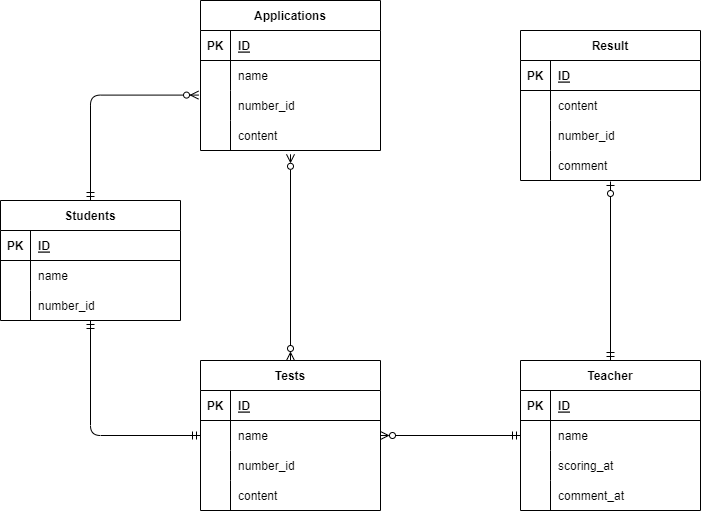
The draw.io diagram index.drawio.png in masshii/datebasesekkei-enshuumondai, before a commit. Source tidied: cells renumbered, new cells last; positions are measured from the earlier drawing's top-left corner, leaving out a move shared by most shapes.
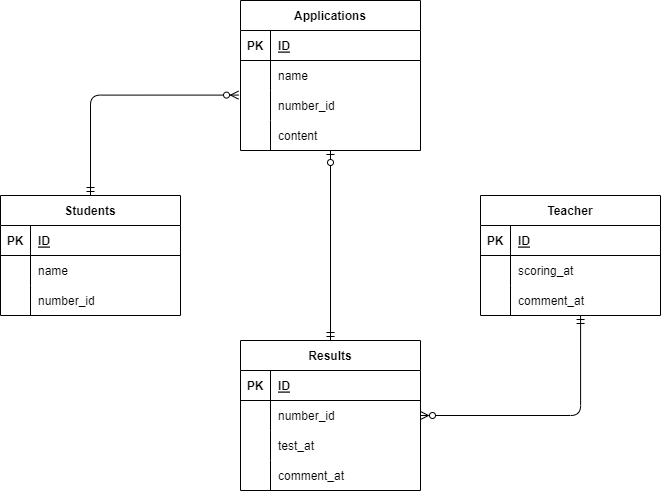
After the change.

Diff of the diagram source:
```diff
@@ -3,7 +3,7 @@
     <mxCell id="0" />
     <mxCell id="1" parent="0" />
     <mxCell id="2" value="Applications" style="shape=table;startSize=30;rowLines=0;fontStyle=1;align=center;" parent="1" vertex="1">
-      <mxGeometry x="200" width="180" height="150" as="geometry" />
+      <mxGeometry x="260" y="20" width="180" height="150" as="geometry" />
     </mxCell>
     <mxCell id="3" style="shape=partialRectangle;fillColor=none;top=0;left=0;bottom=1;right=0;" parent="2" vertex="1">
       <mxGeometry y="30" width="180" height="30" as="geometry" />
@@ -41,50 +41,11 @@
     <mxCell id="14" value="content" style="shape=partialRectangle;fillColor=none;top=0;left=0;bottom=0;right=0;align=left;spacingLeft=6;overflow=hidden;" parent="12" vertex="1">
       <mxGeometry x="30" width="150" height="30" as="geometry" />
     </mxCell>
-    <mxCell id="15" value="Result" style="shape=table;startSize=30;rowLines=0;fontStyle=1;align=center;" parent="1" vertex="1">
-      <mxGeometry x="520" y="30" width="180" height="150" as="geometry" />
-    </mxCell>
-    <mxCell id="16" style="shape=partialRectangle;fillColor=none;top=0;left=0;bottom=1;right=0;" parent="15" vertex="1">
-      <mxGeometry y="30" width="180" height="30" as="geometry" />
-    </mxCell>
-    <mxCell id="17" value="PK" style="shape=partialRectangle;fillColor=none;top=0;left=0;bottom=0;right=0;fontStyle=1;overflow=hidden;" parent="16" vertex="1">
-      <mxGeometry width="30" height="30" as="geometry" />
-    </mxCell>
-    <mxCell id="18" value="ID" style="shape=partialRectangle;fillColor=none;top=0;left=0;bottom=0;right=0;align=left;spacingLeft=6;fontStyle=5;overflow=hidden;" parent="16" vertex="1">
-      <mxGeometry x="30" width="150" height="30" as="geometry" />
-    </mxCell>
-    <mxCell id="19" style="shape=partialRectangle;fillColor=none;top=0;left=0;bottom=0;right=0;" parent="15" vertex="1">
-      <mxGeometry y="60" width="180" height="30" as="geometry" />
-    </mxCell>
-    <mxCell id="20" style="shape=partialRectangle;fillColor=none;top=0;left=0;bottom=0;right=0;overflow=hidden;" parent="19" vertex="1">
-      <mxGeometry width="30" height="30" as="geometry" />
-    </mxCell>
-    <mxCell id="21" value="content" style="shape=partialRectangle;fillColor=none;top=0;left=0;bottom=0;right=0;align=left;spacingLeft=6;overflow=hidden;" parent="19" vertex="1">
-      <mxGeometry x="30" width="150" height="30" as="geometry" />
-    </mxCell>
-    <mxCell id="22" style="shape=partialRectangle;fillColor=none;top=0;left=0;bottom=0;right=0;" parent="15" vertex="1">
-      <mxGeometry y="90" width="180" height="30" as="geometry" />
-    </mxCell>
-    <mxCell id="23" style="shape=partialRectangle;fillColor=none;top=0;left=0;bottom=0;right=0;overflow=hidden;" parent="22" vertex="1">
-      <mxGeometry width="30" height="30" as="geometry" />
-    </mxCell>
-    <mxCell id="24" value="number_id" style="shape=partialRectangle;fillColor=none;top=0;left=0;bottom=0;right=0;align=left;spacingLeft=6;overflow=hidden;" parent="22" vertex="1">
-      <mxGeometry x="30" width="150" height="30" as="geometry" />
-    </mxCell>
-    <mxCell id="25" style="shape=partialRectangle;fillColor=none;top=0;left=0;bottom=0;right=0;points=[[0,0.5],[1,0.5]];portConstraint=eastwest;" parent="15" vertex="1">
-      <mxGeometry y="120" width="180" height="30" as="geometry" />
-    </mxCell>
-    <mxCell id="26" style="shape=partialRectangle;fillColor=none;top=0;left=0;bottom=0;right=0;overflow=hidden;" parent="25" vertex="1">
-      <mxGeometry width="30" height="30" as="geometry" />
-    </mxCell>
-    <mxCell id="27" value="comment" style="shape=partialRectangle;fillColor=none;top=0;left=0;bottom=0;right=0;align=left;spacingLeft=6;overflow=hidden;" parent="25" vertex="1">
-      <mxGeometry x="30" width="150" height="30" as="geometry" />
-    </mxCell>
     <mxCell id="28" style="edgeStyle=orthogonalEdgeStyle;html=1;exitX=0.5;exitY=0;exitDx=0;exitDy=0;entryX=-0.011;entryY=0.153;entryDx=0;entryDy=0;entryPerimeter=0;startArrow=ERmandOne;startFill=0;endArrow=ERzeroToMany;endFill=0;" parent="1" edge="1" source="29" target="9">
       <mxGeometry relative="1" as="geometry" />
     </mxCell>
     <mxCell id="29" value="Students" style="shape=table;startSize=30;rowLines=0;fontStyle=1;align=center;" parent="1" vertex="1">
-      <mxGeometry y="200" width="180" height="120" as="geometry" />
+      <mxGeometry x="20" y="215" width="180" height="120" as="geometry" />
     </mxCell>
     <mxCell id="30" style="shape=partialRectangle;fillColor=none;top=0;left=0;bottom=1;right=0;" parent="29" vertex="1">
       <mxGeometry y="30" width="180" height="30" as="geometry" />
@@ -113,11 +74,13 @@
     <mxCell id="38" value="number_id" style="shape=partialRectangle;fillColor=none;top=0;left=0;bottom=0;right=0;align=left;spacingLeft=6;overflow=hidden;" parent="36" vertex="1">
       <mxGeometry x="30" width="150" height="30" as="geometry" />
     </mxCell>
-    <mxCell id="39" style="edgeStyle=none;html=1;exitX=0.5;exitY=0;exitDx=0;exitDy=0;entryX=0.5;entryY=1.127;entryDx=0;entryDy=0;entryPerimeter=0;startArrow=ERzeroToMany;startFill=0;endArrow=ERzeroToMany;endFill=0;" parent="1" edge="1" source="40" target="12">
-      <mxGeometry relative="1" as="geometry" />
+    <mxCell id="39" style="edgeStyle=none;html=1;exitX=0.5;exitY=0;exitDx=0;exitDy=0;startArrow=ERmandOne;startFill=0;endArrow=ERzeroToOne;endFill=0;" parent="1" edge="1" source="40">
+      <mxGeometry relative="1" as="geometry">
+        <mxPoint x="350" y="170" as="targetPoint" />
+      </mxGeometry>
     </mxCell>
-    <mxCell id="40" value="Tests" style="shape=table;startSize=30;rowLines=0;fontStyle=1;align=center;" parent="1" vertex="1">
-      <mxGeometry x="200" y="360" width="180" height="150" as="geometry" />
+    <mxCell id="40" value="Results" style="shape=table;startSize=30;rowLines=0;fontStyle=1;align=center;" parent="1" vertex="1">
+      <mxGeometry x="260" y="360" width="180" height="150" as="geometry" />
     </mxCell>
     <mxCell id="41" style="shape=partialRectangle;fillColor=none;top=0;left=0;bottom=1;right=0;" parent="40" vertex="1">
       <mxGeometry y="30" width="180" height="30" as="geometry" />
@@ -128,17 +91,8 @@
     <mxCell id="43" value="ID" style="shape=partialRectangle;fillColor=none;top=0;left=0;bottom=0;right=0;align=left;spacingLeft=6;fontStyle=5;overflow=hidden;" parent="41" vertex="1">
       <mxGeometry x="30" width="150" height="30" as="geometry" />
     </mxCell>
-    <mxCell id="44" style="shape=partialRectangle;fillColor=none;top=0;left=0;bottom=0;right=0;points=[[0,0.5],[1,0.5]];portConstraint=eastwest;" parent="40" vertex="1">
-      <mxGeometry y="60" width="180" height="30" as="geometry" />
-    </mxCell>
-    <mxCell id="45" style="shape=partialRectangle;fillColor=none;top=0;left=0;bottom=0;right=0;overflow=hidden;" parent="44" vertex="1">
-      <mxGeometry width="30" height="30" as="geometry" />
-    </mxCell>
-    <mxCell id="46" value="name" style="shape=partialRectangle;fillColor=none;top=0;left=0;bottom=0;right=0;align=left;spacingLeft=6;overflow=hidden;" parent="44" vertex="1">
-      <mxGeometry x="30" width="150" height="30" as="geometry" />
-    </mxCell>
     <mxCell id="47" style="shape=partialRectangle;fillColor=none;top=0;left=0;bottom=0;right=0;points=[[0,0.5],[1,0.5]];portConstraint=eastwest;" parent="40" vertex="1">
-      <mxGeometry y="90" width="180" height="30" as="geometry" />
+      <mxGeometry y="60" width="180" height="30" as="geometry" />
     </mxCell>
     <mxCell id="48" style="shape=partialRectangle;fillColor=none;top=0;left=0;bottom=0;right=0;overflow=hidden;" parent="47" vertex="1">
       <mxGeometry width="30" height="30" as="geometry" />
@@ -147,19 +101,25 @@
       <mxGeometry x="30" width="150" height="30" as="geometry" />
     </mxCell>
     <mxCell id="50" style="shape=partialRectangle;fillColor=none;top=0;left=0;bottom=0;right=0;" parent="40" vertex="1">
-      <mxGeometry y="120" width="180" height="30" as="geometry" />
+      <mxGeometry y="90" width="180" height="30" as="geometry" />
     </mxCell>
     <mxCell id="51" style="shape=partialRectangle;fillColor=none;top=0;left=0;bottom=0;right=0;overflow=hidden;" parent="50" vertex="1">
       <mxGeometry width="30" height="30" as="geometry" />
     </mxCell>
-    <mxCell id="52" value="content" style="shape=partialRectangle;fillColor=none;top=0;left=0;bottom=0;right=0;align=left;spacingLeft=6;overflow=hidden;" parent="50" vertex="1">
+    <mxCell id="52" value="test_at" style="shape=partialRectangle;fillColor=none;top=0;left=0;bottom=0;right=0;align=left;spacingLeft=6;overflow=hidden;" parent="50" vertex="1">
       <mxGeometry x="30" width="150" height="30" as="geometry" />
     </mxCell>
-    <mxCell id="53" style="edgeStyle=none;html=1;exitX=0.5;exitY=0;exitDx=0;exitDy=0;entryX=0.5;entryY=1.033;entryDx=0;entryDy=0;entryPerimeter=0;startArrow=ERmandOne;startFill=0;endArrow=ERzeroToOne;endFill=0;" parent="1" edge="1" source="54" target="25">
-      <mxGeometry relative="1" as="geometry" />
-    </mxCell>
+    <mxCell id="25" style="shape=partialRectangle;fillColor=none;top=0;left=0;bottom=0;right=0;points=[[0,0.5],[1,0.5]];portConstraint=eastwest;" parent="40" vertex="1">
+      <mxGeometry y="120" width="180" height="30" as="geometry" />
+    </mxCell>
+    <mxCell id="69" style="shape=partialRectangle;fillColor=none;top=0;left=0;bottom=0;right=0;overflow=hidden;" parent="25" vertex="1">
+      <mxGeometry width="30" height="30" as="geometry" />
+    </mxCell>
+    <mxCell id="70" value="comment_at" style="shape=partialRectangle;fillColor=none;top=0;left=0;bottom=0;right=0;align=left;spacingLeft=6;overflow=hidden;" parent="25" vertex="1">
+      <mxGeometry x="30" width="150" height="30" as="geometry" />
+    </mxCell>
     <mxCell id="54" value="Teacher" style="shape=table;startSize=30;rowLines=0;fontStyle=1;align=center;" parent="1" vertex="1">
-      <mxGeometry x="520" y="360" width="180" height="150" as="geometry" />
+      <mxGeometry x="500" y="215" width="180" height="120" as="geometry" />
     </mxCell>
     <mxCell id="55" style="shape=partialRectangle;fillColor=none;top=0;left=0;bottom=1;right=0;" parent="54" vertex="1">
       <mxGeometry y="30" width="180" height="30" as="geometry" />
@@ -170,17 +130,8 @@
     <mxCell id="57" value="ID" style="shape=partialRectangle;fillColor=none;top=0;left=0;bottom=0;right=0;align=left;spacingLeft=6;fontStyle=5;overflow=hidden;" parent="55" vertex="1">
       <mxGeometry x="30" width="150" height="30" as="geometry" />
     </mxCell>
-    <mxCell id="58" style="shape=partialRectangle;fillColor=none;top=0;left=0;bottom=0;right=0;" parent="54" vertex="1">
-      <mxGeometry y="60" width="180" height="30" as="geometry" />
-    </mxCell>
-    <mxCell id="59" style="shape=partialRectangle;fillColor=none;top=0;left=0;bottom=0;right=0;overflow=hidden;" parent="58" vertex="1">
-      <mxGeometry width="30" height="30" as="geometry" />
-    </mxCell>
-    <mxCell id="60" value="name" style="shape=partialRectangle;fillColor=none;top=0;left=0;bottom=0;right=0;align=left;spacingLeft=6;overflow=hidden;" parent="58" vertex="1">
-      <mxGeometry x="30" width="150" height="30" as="geometry" />
-    </mxCell>
     <mxCell id="61" style="shape=partialRectangle;fillColor=none;top=0;left=0;bottom=0;right=0;" parent="54" vertex="1">
-      <mxGeometry y="90" width="180" height="30" as="geometry" />
+      <mxGeometry y="60" width="180" height="30" as="geometry" />
     </mxCell>
     <mxCell id="62" style="shape=partialRectangle;fillColor=none;top=0;left=0;bottom=0;right=0;overflow=hidden;" parent="61" vertex="1">
       <mxGeometry width="30" height="30" as="geometry" />
@@ -189,7 +140,7 @@
       <mxGeometry x="30" width="150" height="30" as="geometry" />
     </mxCell>
     <mxCell id="64" style="shape=partialRectangle;fillColor=none;top=0;left=0;bottom=0;right=0;points=[[0,0.5],[1,0.5]];portConstraint=eastwest;" parent="54" vertex="1">
-      <mxGeometry y="120" width="180" height="30" as="geometry" />
+      <mxGeometry y="90" width="180" height="30" as="geometry" />
     </mxCell>
     <mxCell id="65" style="shape=partialRectangle;fillColor=none;top=0;left=0;bottom=0;right=0;overflow=hidden;" parent="64" vertex="1">
       <mxGeometry width="30" height="30" as="geometry" />
@@ -197,11 +148,8 @@
     <mxCell id="66" value="comment_at" style="shape=partialRectangle;fillColor=none;top=0;left=0;bottom=0;right=0;align=left;spacingLeft=6;overflow=hidden;" parent="64" vertex="1">
       <mxGeometry x="30" width="150" height="30" as="geometry" />
     </mxCell>
-    <mxCell id="67" style="edgeStyle=none;html=1;exitX=1;exitY=0.5;exitDx=0;exitDy=0;entryX=0;entryY=0.5;entryDx=0;entryDy=0;startArrow=ERzeroToMany;startFill=0;endArrow=ERmandOne;endFill=0;" parent="1" edge="1" source="44" target="54">
-      <mxGeometry relative="1" as="geometry" />
-    </mxCell>
-    <mxCell id="68" style="edgeStyle=orthogonalEdgeStyle;html=1;exitX=0;exitY=0.5;exitDx=0;exitDy=0;startArrow=ERmandOne;startFill=0;endArrow=ERmandOne;endFill=0;entryX=0.5;entryY=1;entryDx=0;entryDy=0;entryPerimeter=0;" parent="1" edge="1" source="44" target="36">
-      <mxGeometry relative="1" as="geometry" />
-    </mxCell>
+    <mxCell id="71" style="edgeStyle=orthogonalEdgeStyle;html=1;exitX=1;exitY=0.5;exitDx=0;exitDy=0;startArrow=ERzeroToMany;startFill=0;endArrow=ERmandOne;endFill=0;entryX=0.556;entryY=1;entryDx=0;entryDy=0;entryPerimeter=0;" parent="1" edge="1" source="47" target="64">
+      <mxGeometry relative="1" as="geometry" />
+    </mxCell>
   </root>
 </mxGraphModel>
```
